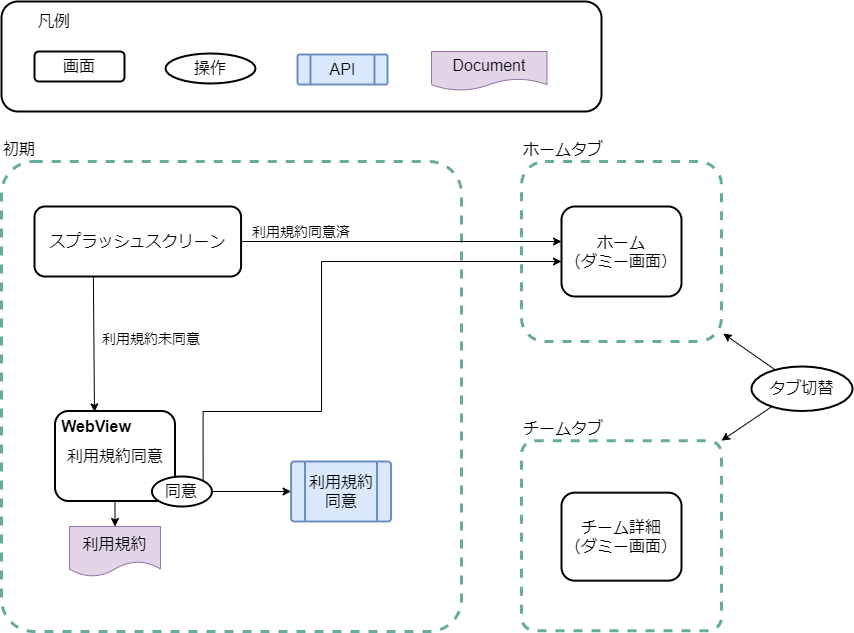
Earlier version of the draw.io export website/docs/react-native/santoku/design/screen-transitions/screen-transitions.drawio.png (ws-4020/mobile-app-crib-notes). Source tidied: cells renumbered, new cells last; positions are measured from the earlier drawing's top-left corner, leaving out a move shared by most shapes.
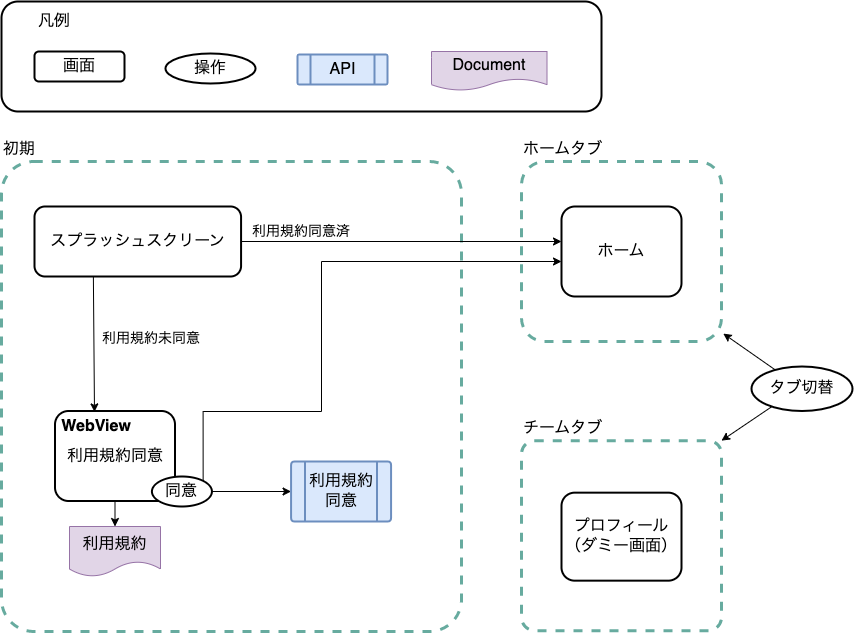
The same diagram one commit later.

Commit message:
fix screen transitions

The edit, as a diff of the source:
```diff
@@ -39,10 +39,10 @@
     <mxCell id="12" value="チームタブ" style="rounded=1;whiteSpace=wrap;html=1;labelPosition=center;verticalLabelPosition=top;align=left;verticalAlign=bottom;dashed=1;strokeWidth=3;strokeColor=#67AB9F;fillColor=none;arcSize=7;fontSize=16;" parent="1" vertex="1">
       <mxGeometry x="520" y="439.2" width="200" height="190" as="geometry" />
     </mxCell>
-    <mxCell id="13" value="ホーム&lt;br style=&quot;font-size: 16px;&quot;&gt;（ダミー画面）" style="rounded=1;whiteSpace=wrap;html=1;strokeWidth=2;fontSize=16;" parent="1" vertex="1">
+    <mxCell id="13" value="ホーム" style="rounded=1;whiteSpace=wrap;html=1;strokeWidth=2;fontSize=16;" parent="1" vertex="1">
       <mxGeometry x="560" y="205" width="120" height="90" as="geometry" />
     </mxCell>
-    <mxCell id="14" value="チーム詳細&lt;br style=&quot;font-size: 16px;&quot;&gt;（ダミー画面）" style="rounded=1;whiteSpace=wrap;html=1;strokeWidth=2;fontSize=16;" parent="1" vertex="1">
+    <mxCell id="14" value="プロフィール&lt;br style=&quot;font-size: 16px;&quot;&gt;（ダミー画面）" style="rounded=1;whiteSpace=wrap;html=1;strokeWidth=2;fontSize=16;" parent="1" vertex="1">
       <mxGeometry x="560" y="491.2" width="120" height="88" as="geometry" />
     </mxCell>
     <mxCell id="15" value="画面" style="rounded=1;whiteSpace=wrap;html=1;strokeWidth=2;fontSize=16;" parent="1" vertex="1">
```
